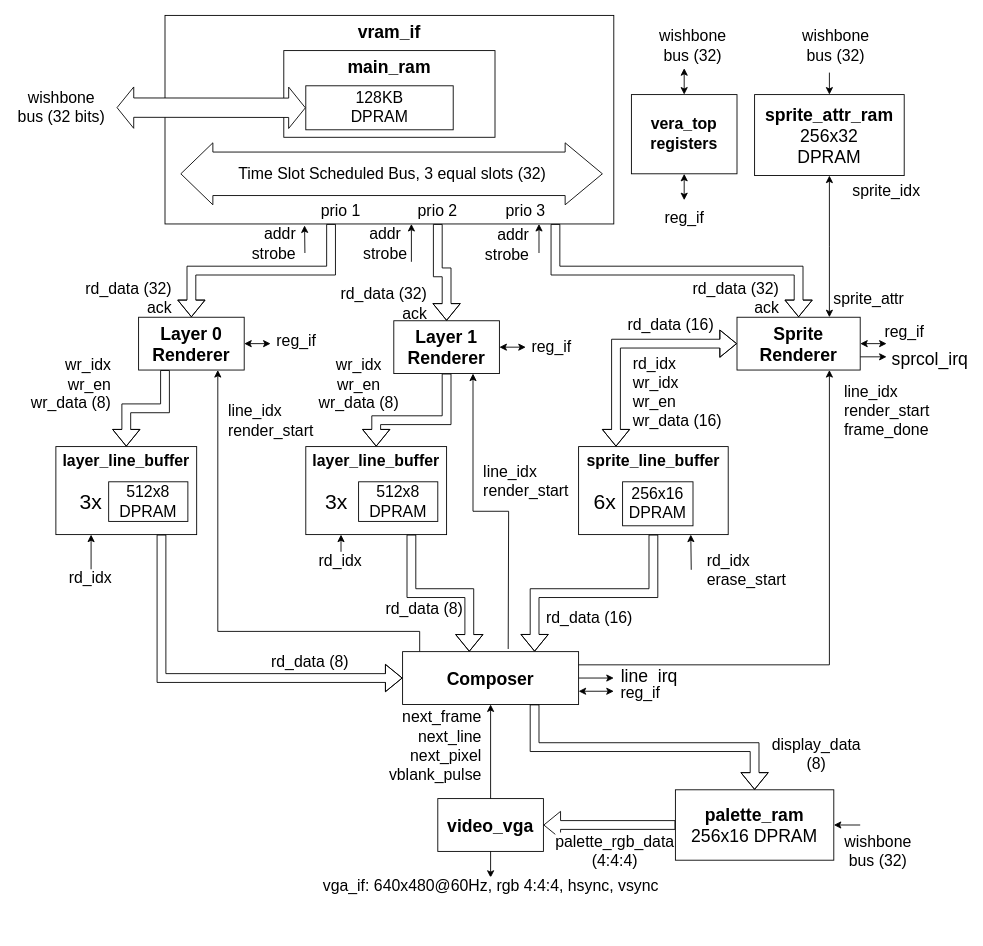
The draw.io diagram docs/assets/vera_wishbone.drawio in epsilon537/boxlambda, before the edit. Source tidied: cells renumbered, new cells numbered last; positions are measured from the earlier drawing's top-left corner, leaving out a move shared by most shapes. Both pictures are drawn from the tidied source at 88%, with x=0, y=0 at pixel (15, 15).
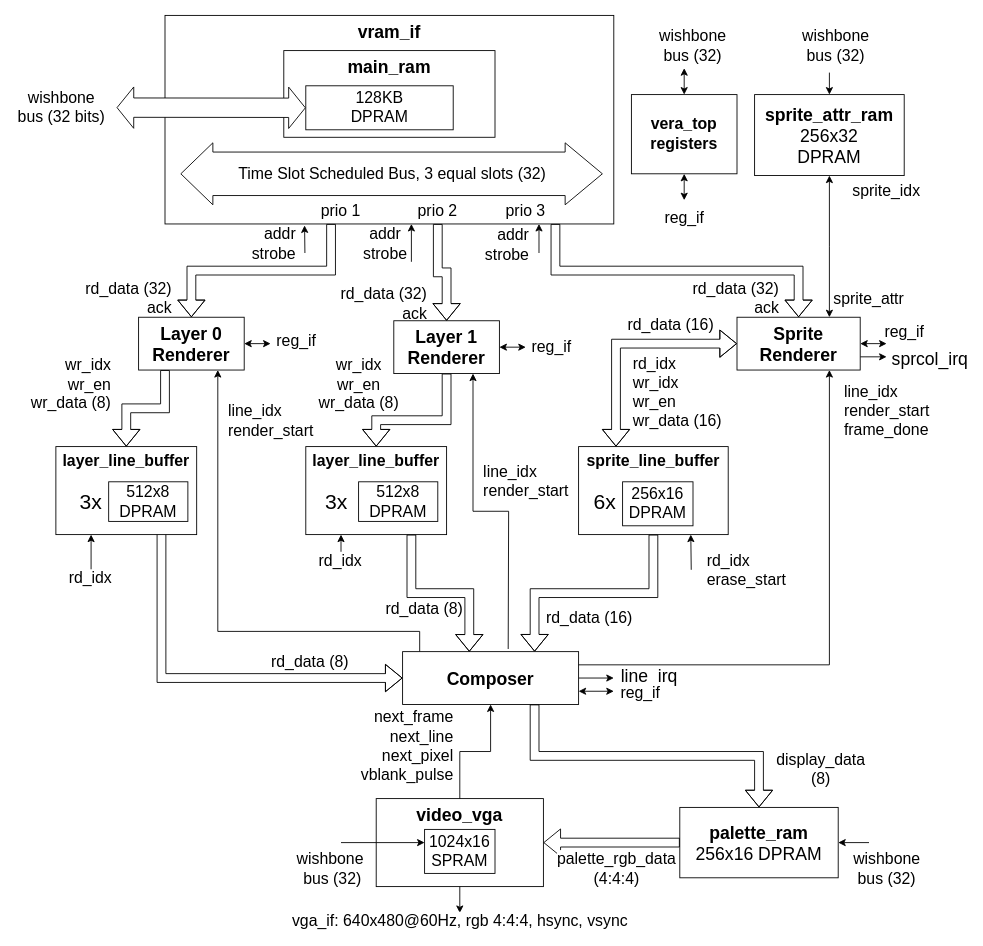
The same diagram, later.

The change refers to these unchanged cells:
```xml
<mxCell id="11" value="&lt;b&gt;layer_line_buffer&lt;/b&gt;" style="rounded=0;whiteSpace=wrap;html=1;direction=east;fontSize=18;verticalAlign=top;" parent="1" vertex="1">
  <mxGeometry x="46" y="490" width="160" height="100" as="geometry" />
</mxCell>
<mxCell id="25" value="&lt;b&gt;Composer&lt;/b&gt;" style="rounded=0;whiteSpace=wrap;html=1;direction=east;fontSize=20;" parent="1" vertex="1">
  <mxGeometry x="440" y="723" width="200" height="60" as="geometry" />
</mxCell>
<mxCell id="54" value="512x8&lt;br&gt;DPRAM" style="rounded=0;whiteSpace=wrap;html=1;fontSize=18;" parent="1" vertex="1">
  <mxGeometry x="106" y="530" width="90" height="45" as="geometry" />
</mxCell>
```

What changed in the source:
```diff
@@
+    <mxCell id="34" style="endArrow=classic;html=1;rounded=0;targetPerimeterSpacing=0;startArrow=none;startFill=0;edgeStyle=orthogonalEdgeStyle;entryX=0;entryY=0.5;entryDx=0;entryDy=0;fontSize=18;shape=flexArrow;exitX=0.6;exitY=1.111;exitDx=0;exitDy=0;exitPerimeter=0;" parent="1" edge="1" source="54" target="25">
+      <mxGeometry relative="1" as="geometry">
+        <Array as="points">
+          <mxPoint x="166" y="580" />
+          <mxPoint x="166" y="753" />
+        </Array>
+      </mxGeometry>
+    </mxCell>
@@
-    <mxCell id="30" value="&lt;b&gt;video_vga&lt;/b&gt;" style="rounded=0;whiteSpace=wrap;html=1;direction=east;fontSize=20;" parent="1" vertex="1">
-      <mxGeometry x="480" y="890" width="120" height="60" as="geometry" />
+    <mxCell id="30" value="&lt;b&gt;video_vga&lt;/b&gt;" style="rounded=0;whiteSpace=wrap;html=1;direction=east;fontSize=20;verticalAlign=top;" parent="1" vertex="1">
+      <mxGeometry x="410" y="890" width="190" height="100" as="geometry" />
     </mxCell>
     <mxCell id="31" value="&lt;b&gt;palette_ram&lt;/b&gt;&lt;br style=&quot;font-size: 20px;&quot;&gt;256x16 DPRAM" style="rounded=0;whiteSpace=wrap;html=1;direction=east;fontSize=20;" parent="1" vertex="1">
-      <mxGeometry x="750" y="880" width="180" height="80" as="geometry" />
+      <mxGeometry x="755" y="900" width="180" height="80" as="geometry" />
     </mxCell>
@@
     <mxCell id="33" value="vga_if: 640x480@60Hz, rgb 4:4:4, hsync, vsync" style="endArrow=classic;html=1;rounded=0;endFill=1;fontSize=18;" parent="1" edge="1" source="30">
       <mxGeometry x="1" y="10" relative="1" as="geometry">
-        <mxPoint x="540" y="980" as="targetPoint" />
+        <mxPoint x="505" y="1020" as="targetPoint" />
         <mxPoint x="-10" y="9" as="offset" />
       </mxGeometry>
     </mxCell>
-    <mxCell id="34" style="endArrow=classic;html=1;rounded=0;targetPerimeterSpacing=0;startArrow=none;startFill=0;edgeStyle=orthogonalEdgeStyle;entryX=0;entryY=0.5;entryDx=0;entryDy=0;fontSize=18;shape=flexArrow;exitX=0.75;exitY=1;exitDx=0;exitDy=0;" parent="1" edge="1" source="11" target="25">
-      <mxGeometry relative="1" as="geometry">
-        <Array as="points">
-          <mxPoint x="166" y="753" />
-        </Array>
-      </mxGeometry>
-    </mxCell>
@@
-    <mxCell id="41" style="endArrow=classic;html=1;rounded=0;targetPerimeterSpacing=0;exitX=0.5;exitY=0;exitDx=0;exitDy=0;fontSize=18;" parent="1" edge="1" source="30" target="25">
+    <mxCell id="41" style="endArrow=classic;html=1;rounded=0;targetPerimeterSpacing=0;exitX=0.5;exitY=0;exitDx=0;exitDy=0;fontSize=18;edgeStyle=orthogonalEdgeStyle;" parent="1" edge="1" source="30" target="25">
       <mxGeometry relative="1" as="geometry" />
     </mxCell>
     <mxCell id="42" value="next_frame&lt;br style=&quot;background-color: rgb(248, 249, 250); font-size: 18px;&quot;&gt;next_line&lt;br style=&quot;background-color: rgb(248, 249, 250); font-size: 18px;&quot;&gt;next_pixel&lt;br style=&quot;background-color: rgb(248, 249, 250); font-size: 18px;&quot;&gt;vblank_pulse&lt;br style=&quot;font-size: 18px; background-color: rgb(248, 249, 250);&quot;&gt;" style="edgeLabel;html=1;align=right;verticalAlign=middle;fontSize=18;" parent="41" vertex="1">
       <mxGeometry x="0.26" y="-1" relative="1" as="geometry">
-        <mxPoint x="-11" y="7" as="offset" />
+        <mxPoint x="-43" y="-6" as="offset" />
       </mxGeometry>
     </mxCell>
@@
     <mxCell id="48" value="wishbone&lt;br&gt;bus (32)" style="endArrow=none;startArrow=classic;html=1;rounded=0;targetPerimeterSpacing=0;exitX=1;exitY=0.5;exitDx=0;exitDy=0;fontSize=18;endFill=0;" parent="1" edge="1" source="31">
       <mxGeometry x="1" y="-36" relative="1" as="geometry">
-        <mxPoint x="960" y="920" as="targetPoint" />
+        <mxPoint x="970" y="940" as="targetPoint" />
         <mxPoint x="20" y="-6" as="offset" />
       </mxGeometry>
     </mxCell>
@@
+    <mxCell id="74" value="1024x16&lt;br&gt;SPRAM" style="rounded=0;whiteSpace=wrap;html=1;fontSize=18;" parent="1" vertex="1">
+      <mxGeometry x="465" y="925" width="80" height="50" as="geometry" />
+    </mxCell>
+    <mxCell id="75" value="&lt;font style=&quot;font-size: 18px;&quot;&gt;wishbone&amp;nbsp;&lt;/font&gt;&lt;div&gt;&lt;font style=&quot;font-size: 18px;&quot;&gt;bus (32)&lt;/font&gt;&lt;/div&gt;" style="endArrow=classic;html=1;rounded=0;" parent="1" edge="1">
+      <mxGeometry x="-1" y="-32" relative="1" as="geometry">
+        <mxPoint x="370" y="940" as="sourcePoint" />
+        <mxPoint x="465" y="940" as="targetPoint" />
+        <mxPoint x="-10" y="-2" as="offset" />
+      </mxGeometry>
+    </mxCell>
```
